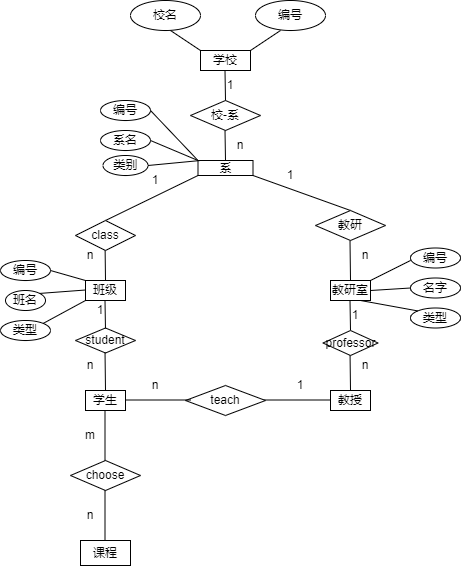
This is 1.drawio.png from CodingFlashe/graph, a draw.io export, as it was before one commit. Source tidied: cells renumbered, new cells last; positions are measured from the earlier drawing's top-left corner, leaving out a move shared by most shapes.
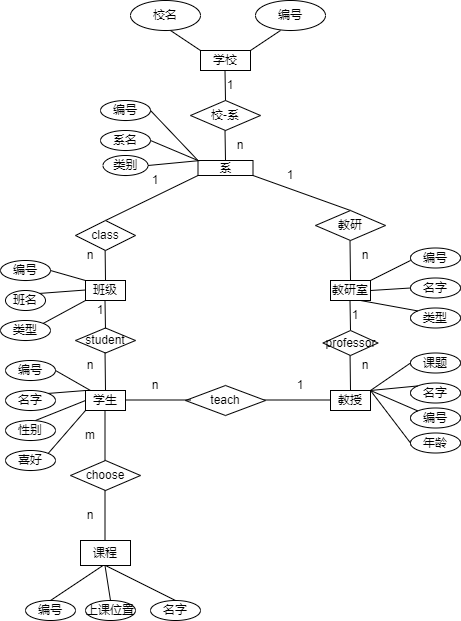
After the change.

Diff of the diagram source:
```diff
@@ -252,5 +252,94 @@
         <mxPoint x="360" y="300" as="sourcePoint" />
       </mxGeometry>
     </mxCell>
+    <mxCell id="66" value="性别" style="ellipse;whiteSpace=wrap;html=1;" parent="1" vertex="1">
+      <mxGeometry x="5" y="420" width="50" height="20" as="geometry" />
+    </mxCell>
+    <mxCell id="67" value="编号" style="ellipse;whiteSpace=wrap;html=1;" parent="1" vertex="1">
+      <mxGeometry x="5" y="360" width="50" height="20" as="geometry" />
+    </mxCell>
+    <mxCell id="68" value="名字" style="ellipse;whiteSpace=wrap;html=1;" parent="1" vertex="1">
+      <mxGeometry x="5" y="390" width="50" height="20" as="geometry" />
+    </mxCell>
+    <mxCell id="69" value="喜好" style="ellipse;whiteSpace=wrap;html=1;" parent="1" vertex="1">
+      <mxGeometry x="5" y="450" width="50" height="20" as="geometry" />
+    </mxCell>
+    <mxCell id="70" style="endArrow=none;html=1;rounded=0;exitX=1;exitY=0.5;exitDx=0;exitDy=0;" parent="1" edge="1" source="67">
+      <mxGeometry relative="1" as="geometry">
+        <mxPoint x="90" y="390" as="targetPoint" />
+      </mxGeometry>
+    </mxCell>
+    <mxCell id="71" style="endArrow=none;html=1;rounded=0;exitX=1;exitY=0;exitDx=0;exitDy=0;" parent="1" edge="1" source="68">
+      <mxGeometry relative="1" as="geometry">
+        <mxPoint x="85" y="390" as="targetPoint" />
+      </mxGeometry>
+    </mxCell>
+    <mxCell id="72" style="endArrow=none;html=1;rounded=0;" parent="1" edge="1">
+      <mxGeometry relative="1" as="geometry">
+        <mxPoint x="35" y="420" as="sourcePoint" />
+        <mxPoint x="85" y="400" as="targetPoint" />
+      </mxGeometry>
+    </mxCell>
+    <mxCell id="73" style="endArrow=none;html=1;rounded=0;exitX=1;exitY=0;exitDx=0;exitDy=0;" parent="1" edge="1" source="69">
+      <mxGeometry relative="1" as="geometry">
+        <mxPoint x="85" y="410" as="targetPoint" />
+      </mxGeometry>
+    </mxCell>
+    <mxCell id="74" value="名字" style="ellipse;whiteSpace=wrap;html=1;" parent="1" vertex="1">
+      <mxGeometry x="410" y="382.5" width="50" height="20" as="geometry" />
+    </mxCell>
+    <mxCell id="75" value="年龄" style="ellipse;whiteSpace=wrap;html=1;" parent="1" vertex="1">
+      <mxGeometry x="410" y="432.5" width="50" height="20" as="geometry" />
+    </mxCell>
+    <mxCell id="76" value="课题" style="ellipse;whiteSpace=wrap;html=1;" parent="1" vertex="1">
+      <mxGeometry x="410" y="352.5" width="50" height="20" as="geometry" />
+    </mxCell>
+    <mxCell id="77" value="编号" style="ellipse;whiteSpace=wrap;html=1;" parent="1" vertex="1">
+      <mxGeometry x="410" y="407.5" width="50" height="20" as="geometry" />
+    </mxCell>
+    <mxCell id="78" style="endArrow=none;html=1;rounded=0;entryX=0;entryY=0.5;entryDx=0;entryDy=0;" parent="1" edge="1" target="76">
+      <mxGeometry relative="1" as="geometry">
+        <mxPoint x="370" y="390" as="sourcePoint" />
+      </mxGeometry>
+    </mxCell>
+    <mxCell id="79" style="endArrow=none;html=1;rounded=0;entryX=0;entryY=0;entryDx=0;entryDy=0;" parent="1" edge="1" target="74">
+      <mxGeometry relative="1" as="geometry">
+        <mxPoint x="370" y="390" as="sourcePoint" />
+      </mxGeometry>
+    </mxCell>
+    <mxCell id="80" style="endArrow=none;html=1;rounded=0;entryX=0;entryY=0;entryDx=0;entryDy=0;" parent="1" edge="1" target="77">
+      <mxGeometry relative="1" as="geometry">
+        <mxPoint x="370" y="390" as="sourcePoint" />
+      </mxGeometry>
+    </mxCell>
+    <mxCell id="81" style="endArrow=none;html=1;rounded=0;entryX=0;entryY=0.5;entryDx=0;entryDy=0;" parent="1" edge="1" target="75">
+      <mxGeometry relative="1" as="geometry">
+        <mxPoint x="370" y="390" as="sourcePoint" />
+      </mxGeometry>
+    </mxCell>
+    <mxCell id="82" value="上课位置" style="ellipse;whiteSpace=wrap;html=1;" parent="1" vertex="1">
+      <mxGeometry x="85" y="600" width="50" height="20" as="geometry" />
+    </mxCell>
+    <mxCell id="83" value="名字" style="ellipse;whiteSpace=wrap;html=1;" parent="1" vertex="1">
+      <mxGeometry x="150" y="600" width="50" height="20" as="geometry" />
+    </mxCell>
+    <mxCell id="84" value="编号" style="ellipse;whiteSpace=wrap;html=1;" parent="1" vertex="1">
+      <mxGeometry x="25" y="600" width="50" height="20" as="geometry" />
+    </mxCell>
+    <mxCell id="85" style="endArrow=none;html=1;rounded=0;exitX=0.5;exitY=0;exitDx=0;exitDy=0;" parent="1" edge="1" source="84">
+      <mxGeometry relative="1" as="geometry">
+        <mxPoint x="102.5" y="565" as="targetPoint" />
+      </mxGeometry>
+    </mxCell>
+    <mxCell id="86" style="endArrow=none;html=1;rounded=0;exitX=0.5;exitY=0;exitDx=0;exitDy=0;" parent="1" edge="1" source="82">
+      <mxGeometry relative="1" as="geometry">
+        <mxPoint x="104.5" y="565" as="targetPoint" />
+      </mxGeometry>
+    </mxCell>
+    <mxCell id="87" style="endArrow=none;html=1;rounded=0;exitX=0.5;exitY=0;exitDx=0;exitDy=0;" parent="1" edge="1" source="83">
+      <mxGeometry relative="1" as="geometry">
+        <mxPoint x="105" y="565" as="targetPoint" />
+      </mxGeometry>
+    </mxCell>
   </root>
 </mxGraphModel>
```
